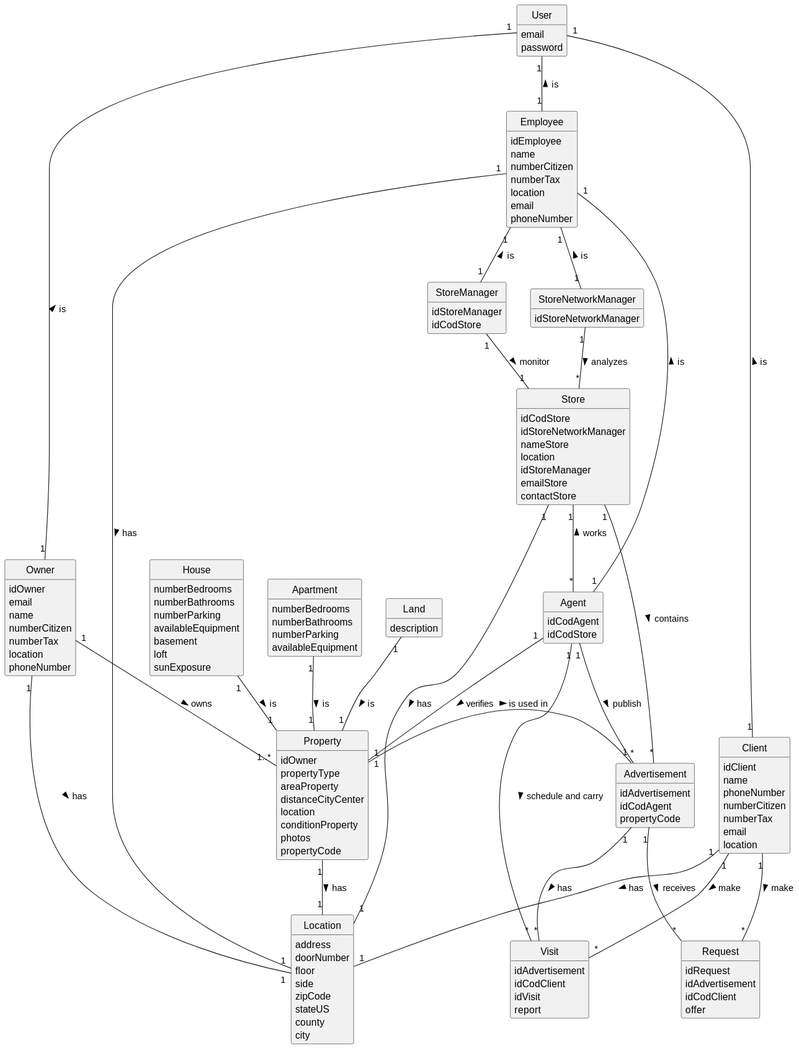
The PlantUML diagram docs/sprintA/global-artifacts/02.analysis/svg/project-domain-model.svg in PEDROMOREIRA45/lei-23-s2-1dg-g31, before a commit.
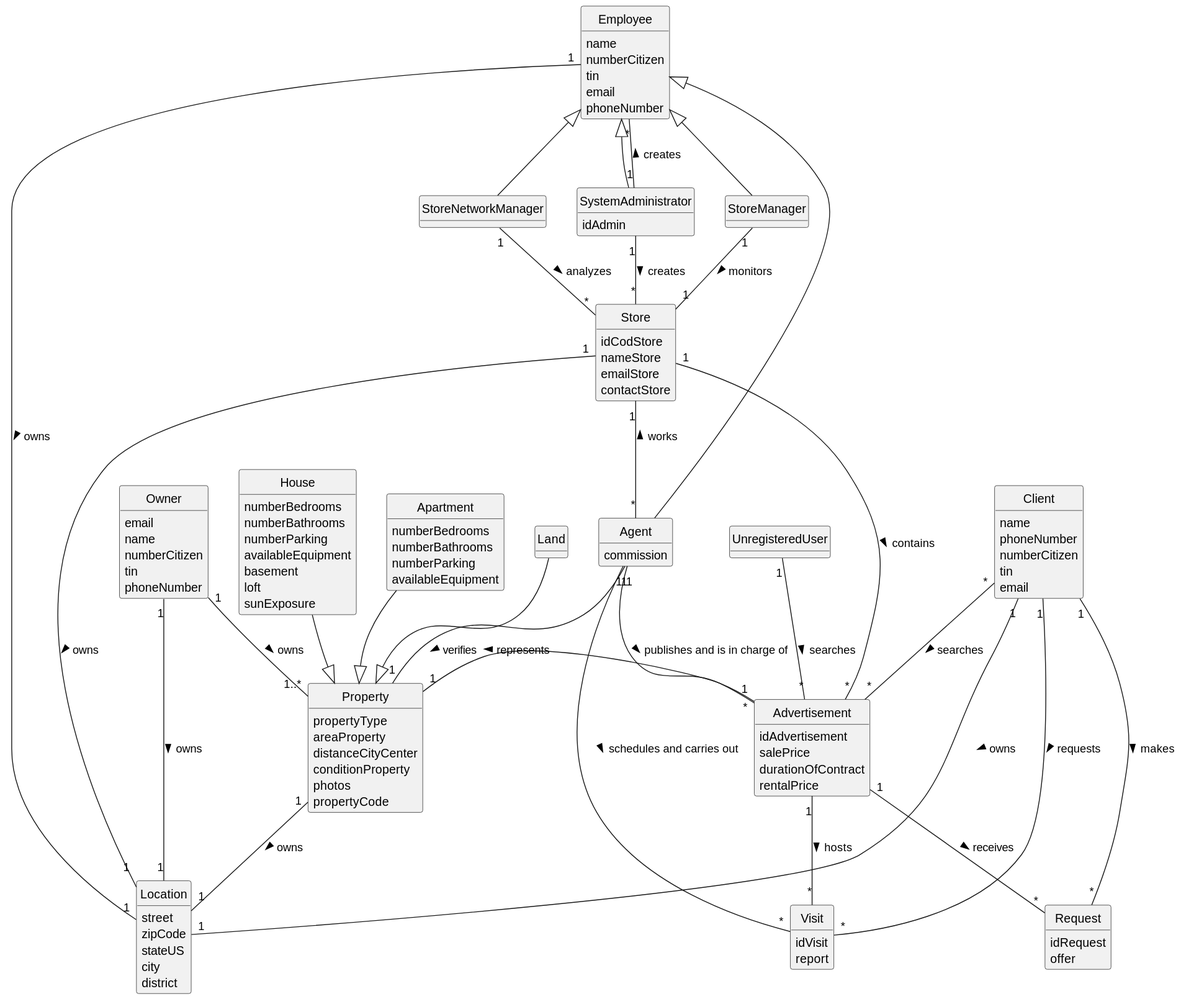
The same file after the commit.

Commit message:
domain model changes

What changed in the source:
```diff
@@ -6,54 +6,45 @@
 hide methods
 
 
-
 class Employee{
-    idEmployee
     name
     numberCitizen
-    numberTax
-    location
+    tin
     email
     phoneNumber
 }
 
 class Client {
-    idClient
     name
     phoneNumber
     numberCitizen
-    numberTax
+    tin
     email
-    location
 }
 
 class Owner {
-    idOwner
     email
     name
     numberCitizen
-    numberTax
-    location
+    tin
     phoneNumber
 }
 
 class Agent {
-    idCodAgent
-    idCodStore
+    commission
 }
 
 class Advertisement {
     idAdvertisement
-    idCodAgent
-    propertyCode
+    salePrice
+    durationOfContract
+    rentalPrice
 }
 
 class Property{
-    idOwner
     propertyType
     areaProperty
     distanceCityCenter
-    location
     conditionProperty
     photos
     propertyCode
@@ -76,83 +67,72 @@
     availableEquipment
 }
 
-class Land{
-    description
-}
+class Land
 
 class Store{
     idCodStore
-    idStoreNetworkManager
     nameStore
-    location
-    idStoreManager
     emailStore
     contactStore
 }
 
 class Visit{
-    idAdvertisement
-    idCodClient
     idVisit
     report
 }
 
 class Location {
-    address
-    doorNumber
-    floor
-    side
+    street
     zipCode
     stateUS
-    county
     city
+    district
 }
 
 class StoreManager {
-    idStoreManager
-    idCodStore
 }
 
 class StoreNetworkManager {
-    idStoreNetworkManager
 }
 
 class Request{
     idRequest
-    idAdvertisement
-    idCodClient
     offer
 }
-class User{
-    email
-    password
+
+class SystemAdministrator{
+    idAdmin
 }
 
+class UnregisteredUser
+
 Owner "1" -- "1..*" Property: owns >
-Agent "1" -- "*" Advertisement: publish >
-House "1" -- "1" Property: is >
-Apartment "1" -- "1" Property: is >
-Land "1" -- "1"  Property: is >
+Agent "1" -- "*" Advertisement: publishes and is in charge of >
+House --|> Property
+Apartment --|> Property
+Land --|>  Property
 Store "1" -- "*" Agent: works <
-StoreManager "1" -- "1" Store:  monitor >
-Property "1" -- "1" Location: has >
+StoreManager "1" -- "1" Store:  monitors >
+Property "1" -- "1" Location: owns >
 StoreNetworkManager "1" -- "*" Store:  analyzes >
-Employee "1" -- "1" Agent: is <
-Employee "1" -- "1" StoreManager: is <
-Employee "1" -- "1" StoreNetworkManager: is <
+Employee <|-- Agent
+Employee <|-- StoreManager
+Employee <|-- StoreNetworkManager
 Advertisement"1" -- "*"Request: receives >
-Client"1" -- "*"Request: make >
-Store"1" -- "1"Location: has >
-Advertisement "1" -- "*" Visit: has >
-Client "1" -- "*" Visit: make >
-Agent "1" -- "*" Visit: schedule and carry >
-User "1" -- "1" Employee: is <
-User "1" -- "1" Owner: is <
-User "1" -- "1" Client: is <
-Property "1" - "1" Advertisement: is used in >
-Client "1" -- "1" Location: has >
-Employee "1" -- "1" Location: has >
-Owner "1" -- "1" Location: has >
+Client"1" -- "*"Request: makes >
+Store"1" -- "1"Location: owns >
+Advertisement "1" -- "*" Visit: hosts >
+Client "1" -- "*" Visit: requests >
+Agent "1" -- "*" Visit: schedules and carries out >
+Property "1" - "1" Advertisement: represents <
+Client "1" -- "1" Location: owns >
+Employee "1" -- "1" Location: owns >
+Owner "1" -- "1" Location: owns >
 Agent "1" -- "1" Property: verifies >
 Store "1" -- "*" Advertisement: contains >
+UnregisteredUser "1" -- "*" Advertisement: searches >
+SystemAdministrator "1" -- "*" Store: creates >
+SystemAdministrator "1" -- "*" Employee: creates >
+Client "*" -- "*" Advertisement: searches >
+Employee <|-- SystemAdministrator
 @enduml
```
